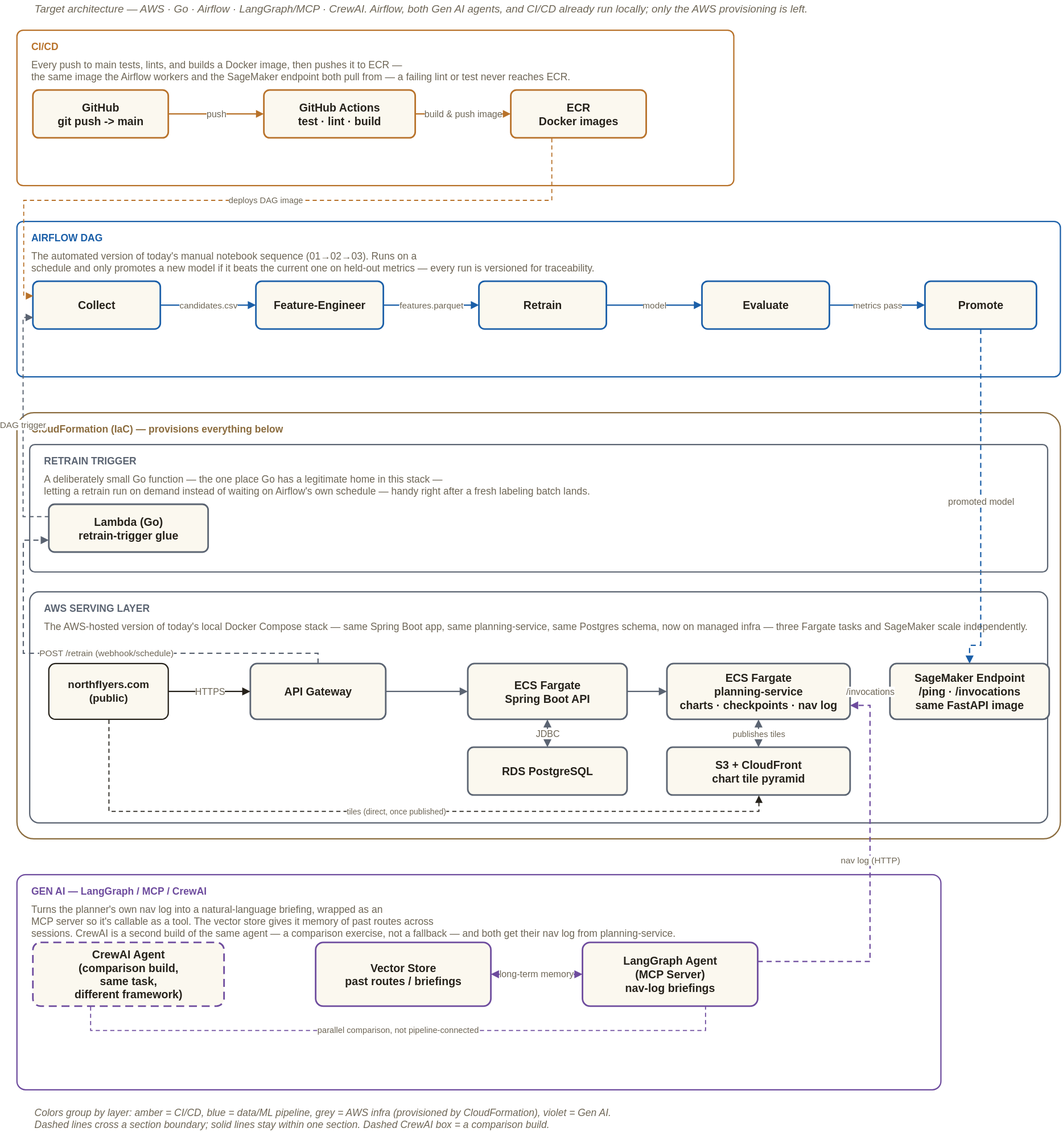
The draw.io diagram docs/architecture-aws.svg in asdaq-samir/flight_plan, before a commit. Source tidied: cells renumbered, new cells last; positions are measured from the earlier drawing's top-left corner, leaving out a move shared by most shapes.
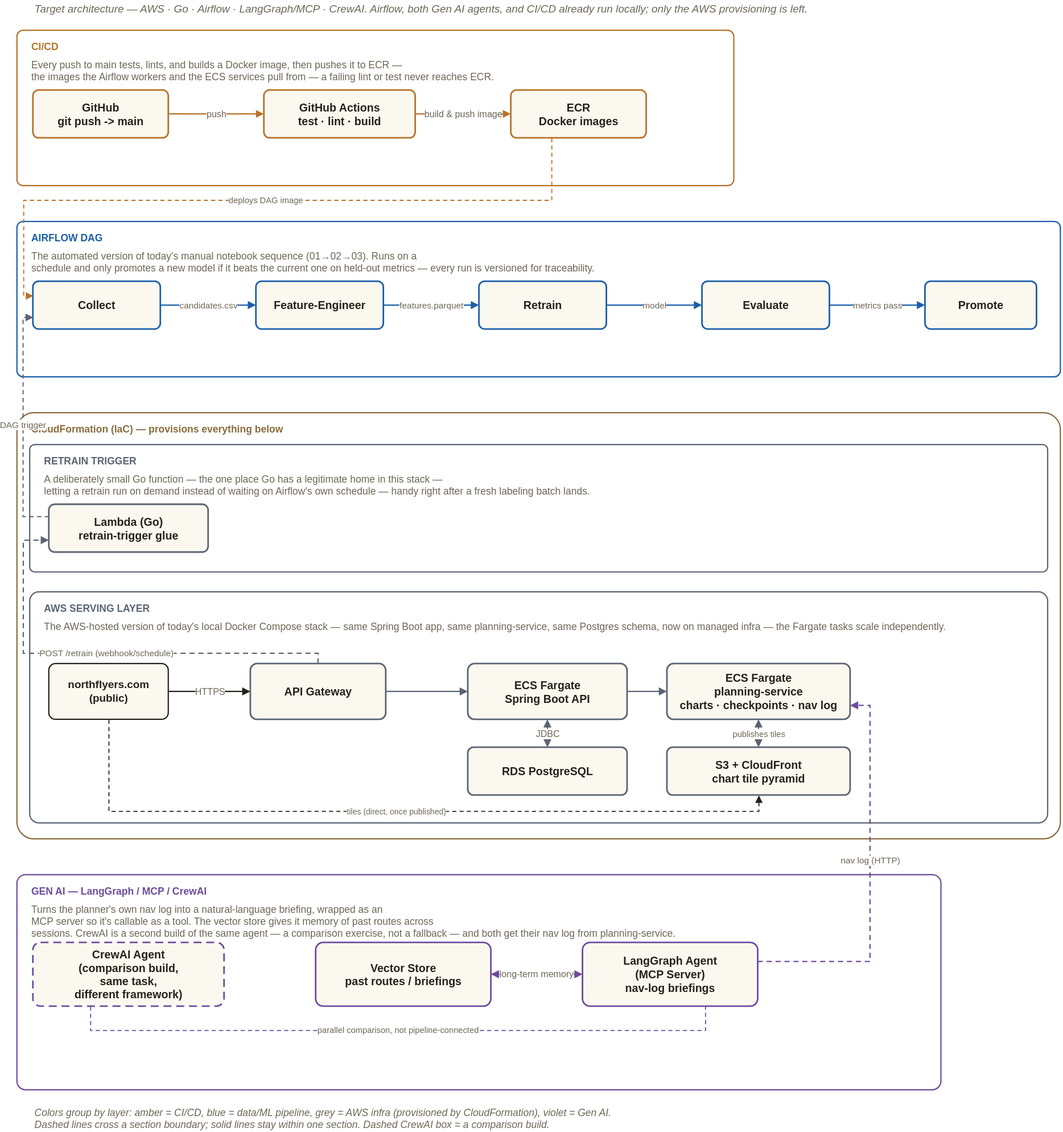
The same file after the commit.

The edit, as a diff of the source:
```diff
@@ -11,7 +11,7 @@
     <mxCell id="4" value="CI/CD" style="text;html=1;fontSize=12.5;fontStyle=1;fontColor=#B8722A;align=left;verticalAlign=middle;" parent="1" vertex="1">
       <mxGeometry x="16" y="50" width="200" height="18" as="geometry" />
     </mxCell>
-    <mxCell id="5" value="Every push to main tests, lints, and builds a Docker image, then pushes it to ECR —&#10;the same image the Airflow workers and the SageMaker endpoint both pull from — a failing lint or test never reaches ECR." style="text;html=1;fontSize=12.5;fontColor=#6E6656;align=left;verticalAlign=top;" parent="1" vertex="1">
+    <mxCell id="5" value="Every push to main tests, lints, and builds a Docker image, then pushes it to ECR —&#10;the images the Airflow workers and the ECS services pull from — a failing lint or test never reaches ECR." style="text;html=1;fontSize=12.5;fontColor=#6E6656;align=left;verticalAlign=top;" parent="1" vertex="1">
       <mxGeometry x="16" y="68" width="868" height="30" as="geometry" />
     </mxCell>
     <mxCell id="6" value="GitHub&#10;git push -&gt; main" style="rounded=1;whiteSpace=wrap;html=1;arcSize=12;fillColor=#FBF8EF;strokeColor=#B8722A;strokeWidth=2;fontColor=#26221B;fontSize=14;fontStyle=1;verticalAlign=middle;spacing=4;" parent="1" vertex="1">
@@ -74,13 +74,6 @@
         </Array>
       </mxGeometry>
     </mxCell>
-    <mxCell id="24" value="promoted model" style="edgeStyle=orthogonalEdgeStyle;rounded=0;html=1;strokeColor=#1B5FA8;strokeWidth=1.6;dashed=1;dashPattern=4 3;fontSize=11.5;fontColor=#6E6656;endArrow=block;endFill=1;exitX=0.5;exitY=1;entryX=0.5;entryY=0;" parent="1" edge="1" source="18" target="34">
-      <mxGeometry relative="1" as="geometry">
-        <Array as="points">
-          <mxPoint x="1210" y="810" />
-        </Array>
-      </mxGeometry>
-    </mxCell>
     <mxCell id="25" style="rounded=1;whiteSpace=wrap;html=1;arcSize=4;fillColor=none;strokeColor=#8B6C3E;strokeWidth=1.6;" parent="1" vertex="1">
       <mxGeometry y="518" width="1310" height="535" as="geometry" />
     </mxCell>
@@ -93,7 +86,7 @@
     <mxCell id="28" value="AWS SERVING LAYER" style="text;html=1;fontSize=12.5;fontStyle=1;fontColor=#5B6472;align=left;verticalAlign=middle;" parent="1" vertex="1">
       <mxGeometry x="32" y="755" width="220" height="18" as="geometry" />
     </mxCell>
-    <mxCell id="29" value="The AWS-hosted version of today's local Docker Compose stack — same Spring Boot app, same planning-service, same Postgres schema, now on managed infra — three Fargate tasks and SageMaker scale independently." style="text;html=1;fontSize=12.5;fontColor=#6E6656;align=left;verticalAlign=top;" parent="1" vertex="1">
+    <mxCell id="29" value="The AWS-hosted version of today's local Docker Compose stack — same Spring Boot app, same planning-service, same Postgres schema, now on managed infra — the Fargate tasks scale independently." style="text;html=1;fontSize=12.5;fontColor=#6E6656;align=left;verticalAlign=top;" parent="1" vertex="1">
       <mxGeometry x="32" y="773" width="920" height="30" as="geometry" />
     </mxCell>
     <mxCell id="30" value="northflyers.com&#10;(public)" style="rounded=1;whiteSpace=wrap;html=1;arcSize=12;fillColor=#FBF8EF;strokeColor=#26221B;strokeWidth=1.6;fontColor=#26221B;fontSize=13.5;fontStyle=1;verticalAlign=middle;spacing=4;" parent="1" vertex="1">
@@ -108,9 +101,6 @@
     <mxCell id="33" value="ECS Fargate&#10;planning-service&#10;charts · checkpoints · nav log" style="rounded=1;whiteSpace=wrap;html=1;arcSize=12;fillColor=#FBF8EF;strokeColor=#5B6472;strokeWidth=2;fontColor=#26221B;fontSize=14;fontStyle=1;verticalAlign=middle;spacing=4;" parent="1" vertex="1">
       <mxGeometry x="816" y="833" width="230" height="70" as="geometry" />
     </mxCell>
-    <mxCell id="34" value="SageMaker Endpoint&#10;/ping · /invocations&#10;same FastAPI image" style="rounded=1;whiteSpace=wrap;html=1;arcSize=12;fillColor=#FBF8EF;strokeColor=#5B6472;strokeWidth=2;fontColor=#26221B;fontSize=14;fontStyle=1;verticalAlign=middle;spacing=4;" parent="1" vertex="1">
-      <mxGeometry x="1096" y="833" width="200" height="70" as="geometry" />
-    </mxCell>
     <mxCell id="35" value="RDS PostgreSQL" style="rounded=1;whiteSpace=wrap;html=1;arcSize=12;fillColor=#FBF8EF;strokeColor=#5B6472;strokeWidth=2;fontColor=#26221B;fontSize=14;fontStyle=1;verticalAlign=middle;spacing=4;" parent="1" vertex="1">
       <mxGeometry x="566" y="938" width="200" height="60" as="geometry" />
     </mxCell>
@@ -126,9 +116,6 @@
     <mxCell id="39" style="edgeStyle=orthogonalEdgeStyle;rounded=0;html=1;strokeColor=#5B6472;strokeWidth=1.6;endArrow=block;endFill=1;" parent="1" edge="1" source="32" target="33">
       <mxGeometry relative="1" as="geometry" />
     </mxCell>
-    <mxCell id="40" value="/invocations" style="edgeStyle=orthogonalEdgeStyle;rounded=0;html=1;strokeColor=#5B6472;strokeWidth=1.6;fontSize=11.5;fontColor=#6E6656;endArrow=block;endFill=1;" parent="1" edge="1" source="33" target="34">
-      <mxGeometry relative="1" as="geometry" />
-    </mxCell>
     <mxCell id="41" value="publishes tiles" style="edgeStyle=orthogonalEdgeStyle;rounded=0;html=1;strokeColor=#5B6472;strokeWidth=1.6;dashed=1;dashPattern=4 3;fontSize=10.5;fontColor=#6E6656;endArrow=block;endFill=1;startArrow=block;startFill=1;" parent="1" edge="1" source="33" target="36">
       <mxGeometry relative="1" as="geometry" />
     </mxCell>
```
